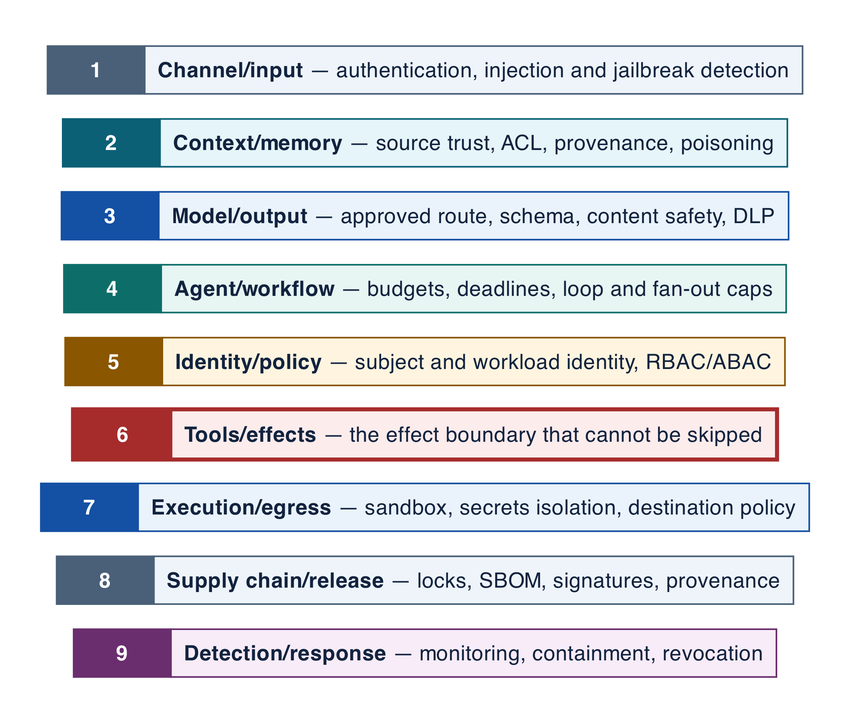
Earlier version of the Graphviz export assets/diagrams/security-depth.png (rrahimi-uci/building-enterprise-general-intelligence). Its source is kept beside it as assets/diagrams/src/security-depth.gv.
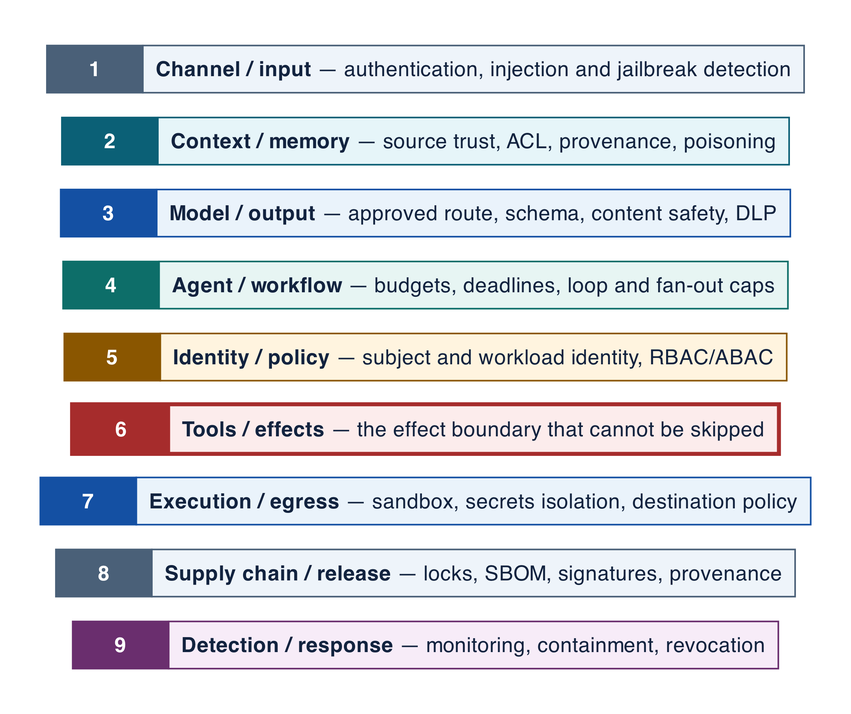
Above is the later version.

Diff of the diagram source:
```diff
@@ -6,30 +6,30 @@
 
   l1 [label=<<TABLE BORDER="0" CELLBORDER="1" CELLSPACING="0" CELLPADDING="7" COLOR="#4A6078" BGCOLOR="#EEF4FA">
      <TR><TD WIDTH="60" BGCOLOR="#4A6078"><FONT COLOR="white"><B> 1 </B></FONT></TD>
-         <TD WIDTH="330" ALIGN="LEFT"><B>Channel/input</B> — authentication, injection and jailbreak detection</TD></TR></TABLE>>]
+         <TD WIDTH="330" ALIGN="LEFT"><B>Channel / input</B> — authentication, injection and jailbreak detection</TD></TR></TABLE>>]
   l2 [label=<<TABLE BORDER="0" CELLBORDER="1" CELLSPACING="0" CELLPADDING="7" COLOR="#0B6076" BGCOLOR="#E6F5F9">
      <TR><TD WIDTH="60" BGCOLOR="#0B6076"><FONT COLOR="white"><B> 2 </B></FONT></TD>
-         <TD WIDTH="330" ALIGN="LEFT"><B>Context/memory</B> — source trust, ACL, provenance, poisoning</TD></TR></TABLE>>]
+         <TD WIDTH="330" ALIGN="LEFT"><B>Context / memory</B> — source trust, ACL, provenance, poisoning</TD></TR></TABLE>>]
   l3 [label=<<TABLE BORDER="0" CELLBORDER="1" CELLSPACING="0" CELLPADDING="7" COLOR="#1450A3" BGCOLOR="#EAF3FB">
      <TR><TD WIDTH="60" BGCOLOR="#1450A3"><FONT COLOR="white"><B> 3 </B></FONT></TD>
-         <TD WIDTH="330" ALIGN="LEFT"><B>Model/output</B> — approved route, schema, content safety, DLP</TD></TR></TABLE>>]
+         <TD WIDTH="330" ALIGN="LEFT"><B>Model / output</B> — approved route, schema, content safety, DLP</TD></TR></TABLE>>]
   l4 [label=<<TABLE BORDER="0" CELLBORDER="1" CELLSPACING="0" CELLPADDING="7" COLOR="#0D6E69" BGCOLOR="#E7F5F3">
      <TR><TD WIDTH="60" BGCOLOR="#0D6E69"><FONT COLOR="white"><B> 4 </B></FONT></TD>
-         <TD WIDTH="330" ALIGN="LEFT"><B>Agent/workflow</B> — budgets, deadlines, loop and fan-out caps</TD></TR></TABLE>>]
+         <TD WIDTH="330" ALIGN="LEFT"><B>Agent / workflow</B> — budgets, deadlines, loop and fan-out caps</TD></TR></TABLE>>]
   l5 [label=<<TABLE BORDER="0" CELLBORDER="1" CELLSPACING="0" CELLPADDING="7" COLOR="#8A5600" BGCOLOR="#FFF4DF">
      <TR><TD WIDTH="60" BGCOLOR="#8A5600"><FONT COLOR="white"><B> 5 </B></FONT></TD>
-         <TD WIDTH="330" ALIGN="LEFT"><B>Identity/policy</B> — subject and workload identity, RBAC/ABAC</TD></TR></TABLE>>]
+         <TD WIDTH="330" ALIGN="LEFT"><B>Identity / policy</B> — subject and workload identity, RBAC/ABAC</TD></TR></TABLE>>]
   l6 [label=<<TABLE BORDER="2" CELLBORDER="1" CELLSPACING="0" CELLPADDING="7" COLOR="#A62C2C" BGCOLOR="#FCECEC">
      <TR><TD WIDTH="60" BGCOLOR="#A62C2C"><FONT COLOR="white"><B> 6 </B></FONT></TD>
-         <TD WIDTH="330" ALIGN="LEFT"><B>Tools/effects</B> — the effect boundary that cannot be skipped</TD></TR></TABLE>>]
+         <TD WIDTH="330" ALIGN="LEFT"><B>Tools / effects</B> — the effect boundary that cannot be skipped</TD></TR></TABLE>>]
   l7 [label=<<TABLE BORDER="0" CELLBORDER="1" CELLSPACING="0" CELLPADDING="7" COLOR="#1450A3" BGCOLOR="#EAF3FB">
      <TR><TD WIDTH="60" BGCOLOR="#1450A3"><FONT COLOR="white"><B> 7 </B></FONT></TD>
-         <TD WIDTH="330" ALIGN="LEFT"><B>Execution/egress</B> — sandbox, secrets isolation, destination policy</TD></TR></TABLE>>]
+         <TD WIDTH="330" ALIGN="LEFT"><B>Execution / egress</B> — sandbox, secrets isolation, destination policy</TD></TR></TABLE>>]
   l8 [label=<<TABLE BORDER="0" CELLBORDER="1" CELLSPACING="0" CELLPADDING="7" COLOR="#4A6078" BGCOLOR="#EEF4FA">
      <TR><TD WIDTH="60" BGCOLOR="#4A6078"><FONT COLOR="white"><B> 8 </B></FONT></TD>
-         <TD WIDTH="330" ALIGN="LEFT"><B>Supply chain/release</B> — locks, SBOM, signatures, provenance</TD></TR></TABLE>>]
+         <TD WIDTH="330" ALIGN="LEFT"><B>Supply chain / release</B> — locks, SBOM, signatures, provenance</TD></TR></TABLE>>]
   l9 [label=<<TABLE BORDER="0" CELLBORDER="1" CELLSPACING="0" CELLPADDING="7" COLOR="#6A2E6E" BGCOLOR="#F7ECF8">
      <TR><TD WIDTH="60" BGCOLOR="#6A2E6E"><FONT COLOR="white"><B> 9 </B></FONT></TD>
-         <TD WIDTH="330" ALIGN="LEFT"><B>Detection/response</B> — monitoring, containment, revocation</TD></TR></TABLE>>]
+         <TD WIDTH="330" ALIGN="LEFT"><B>Detection / response</B> — monitoring, containment, revocation</TD></TR></TABLE>>]
   l1 -> l2 -> l3 -> l4 -> l5 -> l6 -> l7 -> l8 -> l9
 }
```
